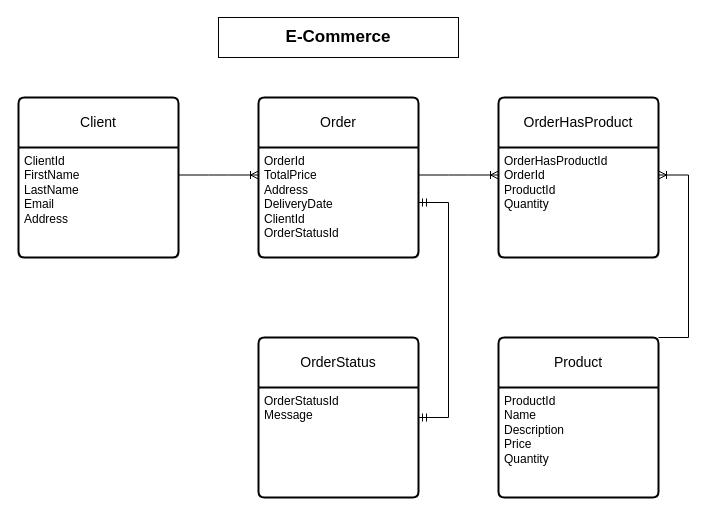
Above: hw-3/ECommerce.drawio in danilovvvladimir/TL-Practice-2023 (draw.io), before the change. Source tidied: cells renumbered, new cells numbered last; positions are measured from the earlier drawing's top-left corner, leaving out a move shared by most shapes. Both pictures are drawn from the tidied source at 100%, with x=0, y=0 at pixel (18, 17).
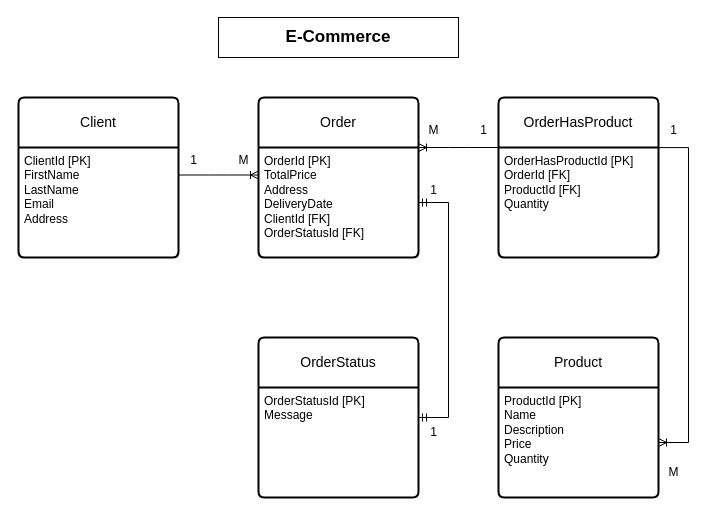
The same page after the edit.

Commit message (it also covers changes not shown here):
Доделал SQL скрипты, исправил отображение связей в диаграмме.

The change refers to these unchanged cells:
```xml
<mxCell id="3" value="Product" style="swimlane;horizontal=1;startSize=50;rounded=1;fontSize=14;fontStyle=0;strokeWidth=2;shadow=0;dashed=0;align=center;arcSize=4;whiteSpace=wrap;html=1;" parent="1" vertex="1">
  <mxGeometry x="480" y="320" width="160" height="160" as="geometry" />
</mxCell>
<mxCell id="5" value="Client" style="swimlane;horizontal=1;startSize=50;rounded=1;fontSize=14;fontStyle=0;strokeWidth=2;shadow=0;dashed=0;align=center;arcSize=4;whiteSpace=wrap;html=1;" parent="1" vertex="1">
  <mxGeometry y="80" width="160" height="160" as="geometry" />
</mxCell>
<mxCell id="7" value="Order" style="swimlane;horizontal=1;startSize=50;rounded=1;fontSize=14;fontStyle=0;strokeWidth=2;shadow=0;dashed=0;align=center;arcSize=4;whiteSpace=wrap;html=1;" parent="1" vertex="1">
  <mxGeometry x="240" y="80" width="160" height="160" as="geometry" />
</mxCell>
<mxCell id="10" value="OrderHasProduct" style="swimlane;horizontal=1;startSize=50;rounded=1;fontSize=14;fontStyle=0;strokeWidth=2;shadow=0;dashed=0;align=center;arcSize=4;whiteSpace=wrap;html=1;" parent="1" vertex="1">
  <mxGeometry x="480" y="80" width="160" height="160" as="geometry" />
</mxCell>
<mxCell id="14" value="OrderStatus" style="swimlane;horizontal=1;startSize=50;rounded=1;fontSize=14;fontStyle=0;strokeWidth=2;shadow=0;dashed=0;align=center;arcSize=4;whiteSpace=wrap;html=1;" parent="1" vertex="1">
  <mxGeometry x="240" y="320" width="160" height="160" as="geometry" />
</mxCell>
```

Change to the diagram source:
```diff
@@
-    <mxCell id="4" value="ProductId&lt;br&gt;Name&lt;br&gt;Description&lt;br&gt;Price&lt;br&gt;Quantity" style="align=left;strokeColor=none;fillColor=none;spacingLeft=4;fontSize=12;verticalAlign=top;html=1;" parent="3" vertex="1">
+    <mxCell id="4" value="ProductId&amp;nbsp;[PK]&lt;br&gt;Name&lt;br&gt;Description&lt;br&gt;Price&lt;br&gt;Quantity" style="align=left;strokeColor=none;fillColor=none;spacingLeft=4;fontSize=12;verticalAlign=top;html=1;" parent="3" vertex="1">
       <mxGeometry y="50" width="160" height="110" as="geometry" />
     </mxCell>
@@
-    <mxCell id="6" value="ClientId&lt;br&gt;FirstName&lt;br&gt;LastName&lt;br&gt;Email&lt;br&gt;Address" style="align=left;strokeColor=none;fillColor=none;spacingLeft=4;fontSize=12;verticalAlign=top;html=1;" parent="5" vertex="1">
+    <mxCell id="6" value="ClientId [PK]&lt;br&gt;FirstName&lt;br&gt;LastName&lt;br&gt;Email&lt;br&gt;Address" style="align=left;strokeColor=none;fillColor=none;spacingLeft=4;fontSize=12;verticalAlign=top;html=1;" parent="5" vertex="1">
       <mxGeometry y="50" width="160" height="110" as="geometry" />
     </mxCell>
@@
-    <mxCell id="8" value="OrderId&lt;br&gt;TotalPrice&lt;br&gt;Address&lt;br&gt;DeliveryDate&lt;br&gt;ClientId&lt;br&gt;OrderStatusId" style="align=left;strokeColor=none;fillColor=none;spacingLeft=4;fontSize=12;verticalAlign=top;html=1;" parent="7" vertex="1">
+    <mxCell id="8" value="OrderId&amp;nbsp;[PK]&lt;br&gt;TotalPrice&lt;br&gt;Address&lt;br&gt;DeliveryDate&lt;br&gt;ClientId&amp;nbsp;[FK]&lt;br&gt;OrderStatusId&amp;nbsp;[FK]" style="align=left;strokeColor=none;fillColor=none;spacingLeft=4;fontSize=12;verticalAlign=top;html=1;" parent="7" vertex="1">
       <mxGeometry y="50" width="160" height="110" as="geometry" />
     </mxCell>
@@
-    <mxCell id="11" value="OrderHasProductId&lt;br&gt;OrderId&lt;br&gt;ProductId&lt;br&gt;Quantity" style="align=left;strokeColor=none;fillColor=none;spacingLeft=4;fontSize=12;verticalAlign=top;html=1;" parent="10" vertex="1">
+    <mxCell id="11" value="OrderHasProductId&amp;nbsp;[PK]&lt;br&gt;OrderId&amp;nbsp;[FK]&lt;br&gt;ProductId&amp;nbsp;[FK]&lt;br&gt;Quantity" style="align=left;strokeColor=none;fillColor=none;spacingLeft=4;fontSize=12;verticalAlign=top;html=1;" parent="10" vertex="1">
       <mxGeometry y="50" width="160" height="110" as="geometry" />
     </mxCell>
-    <mxCell id="12" style="edgeStyle=entityRelationEdgeStyle;fontSize=12;html=1;endArrow=ERoneToMany;rounded=0;exitX=1;exitY=0.25;exitDx=0;exitDy=0;entryX=0;entryY=0.25;entryDx=0;entryDy=0;" parent="1" edge="1" source="8" target="11">
-      <mxGeometry relative="1" as="geometry" />
-    </mxCell>
-    <mxCell id="13" style="edgeStyle=entityRelationEdgeStyle;fontSize=12;html=1;endArrow=ERoneToMany;rounded=0;exitX=1;exitY=0;exitDx=0;exitDy=0;entryX=1;entryY=0.25;entryDx=0;entryDy=0;" parent="1" edge="1" source="3" target="11">
-      <mxGeometry relative="1" as="geometry" />
-    </mxCell>
@@
-    <mxCell id="15" value="OrderStatusId&lt;br&gt;Message" style="align=left;strokeColor=none;fillColor=none;spacingLeft=4;fontSize=12;verticalAlign=top;html=1;" parent="14" vertex="1">
+    <mxCell id="15" value="OrderStatusId&amp;nbsp;[PK]&lt;br&gt;Message" style="align=left;strokeColor=none;fillColor=none;spacingLeft=4;fontSize=12;verticalAlign=top;html=1;" parent="14" vertex="1">
       <mxGeometry y="50" width="160" height="110" as="geometry" />
     </mxCell>
@@
+    <mxCell id="17" style="edgeStyle=entityRelationEdgeStyle;fontSize=12;html=1;endArrow=ERoneToMany;rounded=0;entryX=1;entryY=0;entryDx=0;entryDy=0;exitX=0;exitY=0;exitDx=0;exitDy=0;" parent="1" edge="1" source="11" target="8">
+      <mxGeometry relative="1" as="geometry" />
+    </mxCell>
+    <mxCell id="18" style="edgeStyle=entityRelationEdgeStyle;fontSize=12;html=1;endArrow=ERoneToMany;rounded=0;exitX=0.994;exitY=0.313;exitDx=0;exitDy=0;exitPerimeter=0;" parent="1" edge="1" source="10" target="4">
+      <mxGeometry relative="1" as="geometry" />
+    </mxCell>
+    <mxCell id="19" value="1" style="text;html=1;align=center;verticalAlign=middle;strokeColor=none;fillColor=none;" parent="1" vertex="1">
+      <mxGeometry x="160" y="128" width="30" height="30" as="geometry" />
+    </mxCell>
+    <mxCell id="20" value="M" style="text;html=1;align=center;verticalAlign=middle;strokeColor=none;fillColor=none;" parent="1" vertex="1">
+      <mxGeometry x="210" y="128" width="30" height="30" as="geometry" />
+    </mxCell>
+    <mxCell id="21" value="M" style="text;html=1;align=center;verticalAlign=middle;strokeColor=none;fillColor=none;" parent="1" vertex="1">
+      <mxGeometry x="400" y="98" width="30" height="30" as="geometry" />
+    </mxCell>
+    <mxCell id="22" value="M" style="text;html=1;align=center;verticalAlign=middle;strokeColor=none;fillColor=none;" parent="1" vertex="1">
+      <mxGeometry x="640" y="440" width="30" height="30" as="geometry" />
+    </mxCell>
+    <mxCell id="23" value="1" style="text;html=1;align=center;verticalAlign=middle;strokeColor=none;fillColor=none;" parent="1" vertex="1">
+      <mxGeometry x="400" y="158" width="30" height="30" as="geometry" />
+    </mxCell>
+    <mxCell id="24" value="1" style="text;html=1;align=center;verticalAlign=middle;strokeColor=none;fillColor=none;" parent="1" vertex="1">
+      <mxGeometry x="400" y="400" width="30" height="30" as="geometry" />
+    </mxCell>
+    <mxCell id="25" value="1" style="text;html=1;align=center;verticalAlign=middle;strokeColor=none;fillColor=none;" parent="1" vertex="1">
+      <mxGeometry x="450" y="98" width="30" height="30" as="geometry" />
+    </mxCell>
+    <mxCell id="26" value="1" style="text;html=1;align=center;verticalAlign=middle;strokeColor=none;fillColor=none;" parent="1" vertex="1">
+      <mxGeometry x="640" y="98" width="30" height="30" as="geometry" />
+    </mxCell>
```
